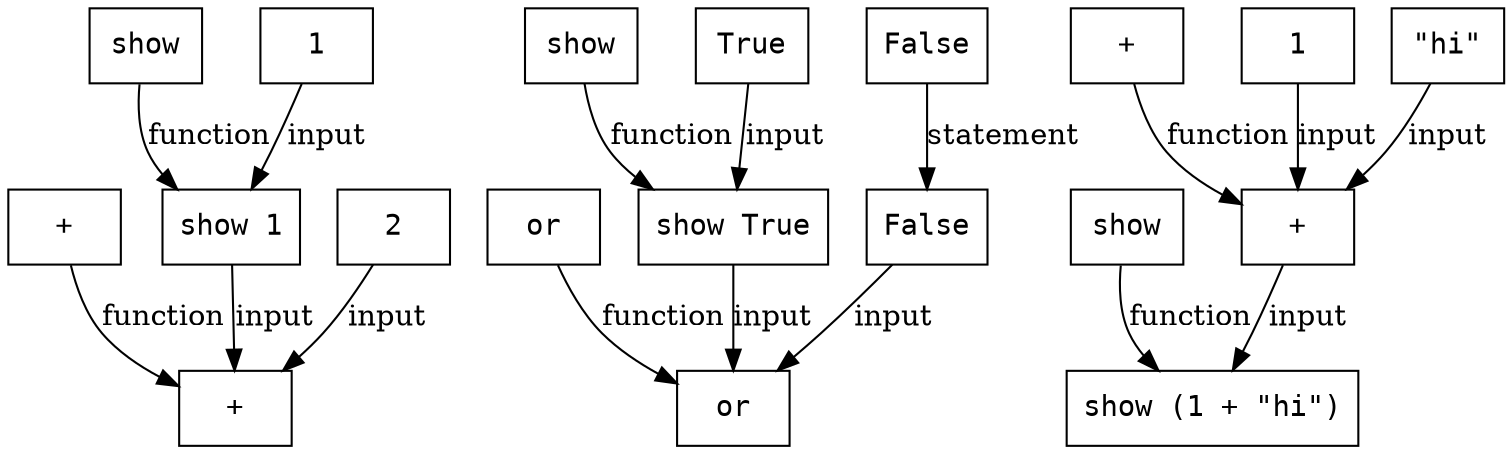
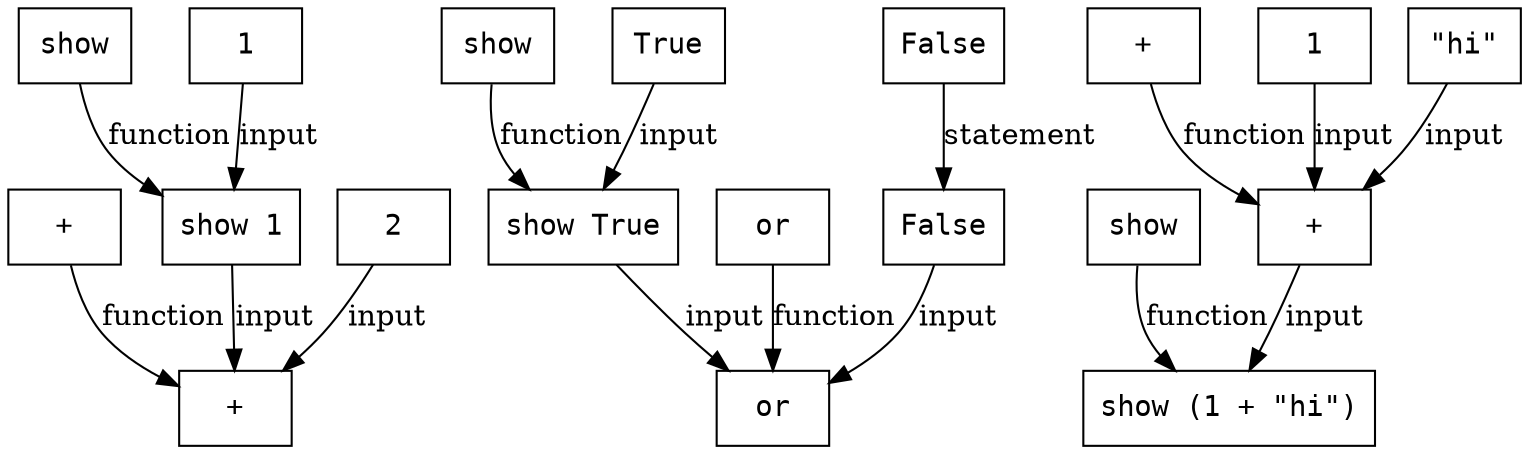
digraph G {
  node [shape=box, fontname=monospace]
  node_2_6 [label="+"]
  node_2_7 [label="+"]
  node_2_8 [label="show 1"]
  node_2_9 [label="show"]
  node_2_10 [label="1"]
  node_2_12 [label="2"]
  node_2_15 [label="or"]
-   node_2_16 [label="or"]
  node_2_17 [label="show True"]
  node_2_18 [label="False"]
-   node_2_19 [label="show"]
-   node_2_20 [label="True"]
-   node_2_21 [label="False"]
-   node_2_23 [label="show (1 + \"hi\")"]
-   node_2_24 [label="show"]
-   node_2_26 [label="+"]
+   node_2_19 [label="or"]
+   node_2_20 [label="show"]
+   node_2_21 [label="True"]
+   node_2_22 [label="False"]
+   node_2_24 [label="show (1 + \"hi\")"]
+   node_2_25 [label="show"]
  node_2_27 [label="+"]
-   node_2_28 [label="1"]
-   node_2_30 [label="\"hi\""]
+   node_2_28 [label="+"]
+   node_2_29 [label="1"]
+   node_2_31 [label="\"hi\""]
  node_2_7 -> node_2_6 [label="function"]
  node_2_8 -> node_2_6 [label="input"]
  node_2_9 -> node_2_8 [label="function"]
  node_2_10 -> node_2_8 [label="input"]
  node_2_12 -> node_2_6 [label="input"]
-   node_2_16 -> node_2_15 [label="function"]
  node_2_17 -> node_2_15 [label="input"]
-   node_2_18 -> node_2_21 [label="statement"]
-   node_2_19 -> node_2_17 [label="function"]
-   node_2_20 -> node_2_17 [label="input"]
-   node_2_21 -> node_2_15 [label="input"]
-   node_2_24 -> node_2_23 [label="function"]
-   node_2_26 -> node_2_23 [label="input"]
-   node_2_27 -> node_2_26 [label="function"]
-   node_2_28 -> node_2_26 [label="input"]
-   node_2_30 -> node_2_26 [label="input"]
+   node_2_18 -> node_2_22 [label="statement"]
+   node_2_19 -> node_2_15 [label="function"]
+   node_2_20 -> node_2_17 [label="function"]
+   node_2_21 -> node_2_17 [label="input"]
+   node_2_22 -> node_2_15 [label="input"]
+   node_2_25 -> node_2_24 [label="function"]
+   node_2_27 -> node_2_24 [label="input"]
+   node_2_28 -> node_2_27 [label="function"]
+   node_2_29 -> node_2_27 [label="input"]
+   node_2_31 -> node_2_27 [label="input"]
}
